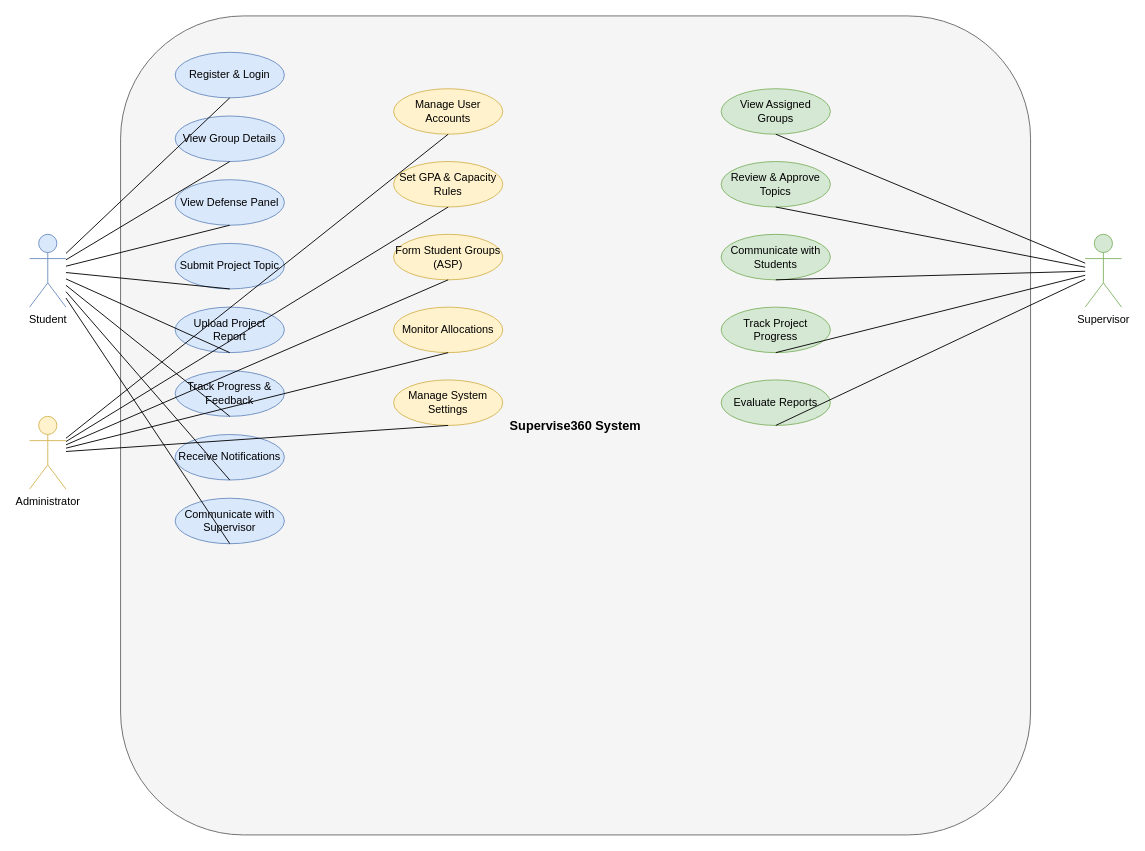
The draw.io diagram diagrams/01-use-case-diagram.drawio in Chidera584/supervise360, before the edit. Source tidied: cells renumbered, new cells numbered last; positions are measured from the earlier drawing's top-left corner, leaving out a move shared by most shapes. Both pictures are drawn from the tidied source at 91%, with x=0, y=0 at pixel (29, 15).
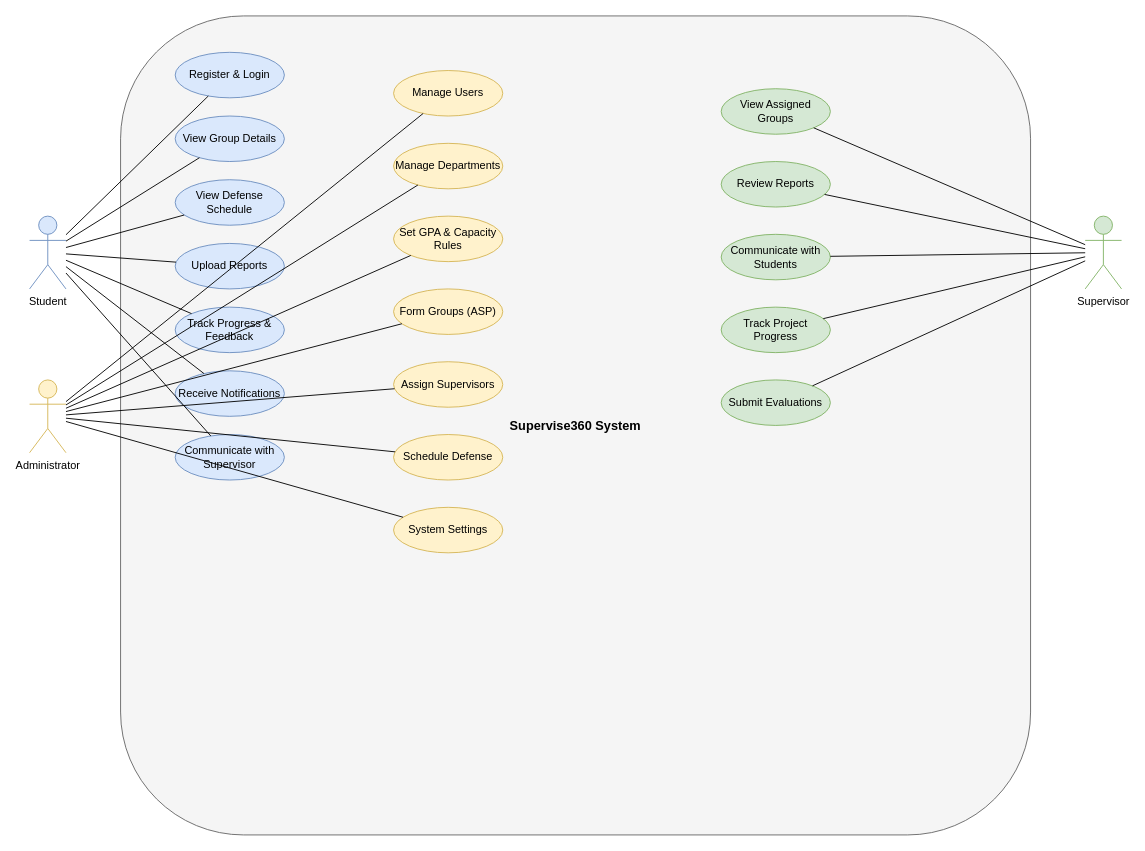
Above is the later version.

The change refers to these unchanged cells:
```xml
<mxCell id="3" value="Register &amp; Login" style="ellipse;whiteSpace=wrap;html=1;fillColor=#dae8fc;strokeColor=#6c8ebf;" parent="1" vertex="1">
  <mxGeometry x="160" y="40" width="120" height="50" as="geometry" />
</mxCell>
<mxCell id="4" value="View Group Details" style="ellipse;whiteSpace=wrap;html=1;fillColor=#dae8fc;strokeColor=#6c8ebf;" parent="1" vertex="1">
  <mxGeometry x="160" y="110" width="120" height="50" as="geometry" />
</mxCell>
<mxCell id="16" value="View Assigned Groups" style="ellipse;whiteSpace=wrap;html=1;fillColor=#d5e8d4;strokeColor=#82b366;" parent="1" vertex="1">
  <mxGeometry x="760" y="80" width="120" height="50" as="geometry" />
</mxCell>
<mxCell id="18" value="Communicate with Students" style="ellipse;whiteSpace=wrap;html=1;fillColor=#d5e8d4;strokeColor=#82b366;" parent="1" vertex="1">
  <mxGeometry x="760" y="240" width="120" height="50" as="geometry" />
</mxCell>
<mxCell id="19" value="Track Project Progress" style="ellipse;whiteSpace=wrap;html=1;fillColor=#d5e8d4;strokeColor=#82b366;" parent="1" vertex="1">
  <mxGeometry x="760" y="320" width="120" height="50" as="geometry" />
</mxCell>
```

The edit, as a diff of the source:
```diff
@@
-    <mxCell id="5" value="View Defense Panel" style="ellipse;whiteSpace=wrap;html=1;fillColor=#dae8fc;strokeColor=#6c8ebf;" parent="1" vertex="1">
+    <mxCell id="5" value="View Defense Schedule" style="ellipse;whiteSpace=wrap;html=1;fillColor=#dae8fc;strokeColor=#6c8ebf;" parent="1" vertex="1">
       <mxGeometry x="160" y="180" width="120" height="50" as="geometry" />
     </mxCell>
-    <mxCell id="6" value="Submit Project Topic" style="ellipse;whiteSpace=wrap;html=1;fillColor=#dae8fc;strokeColor=#6c8ebf;" parent="1" vertex="1">
-      <mxGeometry x="160" y="250" width="120" height="50" as="geometry" />
-    </mxCell>
-    <mxCell id="7" value="Upload Project Report" style="ellipse;whiteSpace=wrap;html=1;fillColor=#dae8fc;strokeColor=#6c8ebf;" parent="1" vertex="1">
-      <mxGeometry x="160" y="320" width="120" height="50" as="geometry" />
+    <mxCell id="7" value="Upload Reports" style="ellipse;whiteSpace=wrap;html=1;fillColor=#dae8fc;strokeColor=#6c8ebf;" parent="1" vertex="1">
+      <mxGeometry x="160" y="250" width="120" height="50" as="geometry" />
     </mxCell>
     <mxCell id="8" value="Track Progress &amp; Feedback" style="ellipse;whiteSpace=wrap;html=1;fillColor=#dae8fc;strokeColor=#6c8ebf;" parent="1" vertex="1">
-      <mxGeometry x="160" y="390" width="120" height="50" as="geometry" />
+      <mxGeometry x="160" y="320" width="120" height="50" as="geometry" />
     </mxCell>
     <mxCell id="9" value="Receive Notifications" style="ellipse;whiteSpace=wrap;html=1;fillColor=#dae8fc;strokeColor=#6c8ebf;" parent="1" vertex="1">
-      <mxGeometry x="160" y="460" width="120" height="50" as="geometry" />
+      <mxGeometry x="160" y="390" width="120" height="50" as="geometry" />
     </mxCell>
     <mxCell id="10" value="Communicate with Supervisor" style="ellipse;whiteSpace=wrap;html=1;fillColor=#dae8fc;strokeColor=#6c8ebf;" parent="1" vertex="1">
-      <mxGeometry x="160" y="530" width="120" height="50" as="geometry" />
+      <mxGeometry x="160" y="460" width="120" height="50" as="geometry" />
     </mxCell>
-    <mxCell id="11" value="Manage User Accounts" style="ellipse;whiteSpace=wrap;html=1;fillColor=#fff2cc;strokeColor=#d6b656;" parent="1" vertex="1">
-      <mxGeometry x="400" y="80" width="120" height="50" as="geometry" />
+    <mxCell id="11" value="Manage Users" style="ellipse;whiteSpace=wrap;html=1;fillColor=#fff2cc;strokeColor=#d6b656;" parent="1" vertex="1">
+      <mxGeometry x="400" y="60" width="120" height="50" as="geometry" />
     </mxCell>
+    <mxCell id="42" value="Manage Departments" style="ellipse;whiteSpace=wrap;html=1;fillColor=#fff2cc;strokeColor=#d6b656;" parent="1" vertex="1">
+      <mxGeometry x="400" y="140" width="120" height="50" as="geometry" />
+    </mxCell>
     <mxCell id="12" value="Set GPA &amp; Capacity Rules" style="ellipse;whiteSpace=wrap;html=1;fillColor=#fff2cc;strokeColor=#d6b656;" parent="1" vertex="1">
-      <mxGeometry x="400" y="160" width="120" height="50" as="geometry" />
+      <mxGeometry x="400" y="220" width="120" height="50" as="geometry" />
     </mxCell>
-    <mxCell id="13" value="Form Student Groups (ASP)" style="ellipse;whiteSpace=wrap;html=1;fillColor=#fff2cc;strokeColor=#d6b656;" parent="1" vertex="1">
-      <mxGeometry x="400" y="240" width="120" height="50" as="geometry" />
+    <mxCell id="13" value="Form Groups (ASP)" style="ellipse;whiteSpace=wrap;html=1;fillColor=#fff2cc;strokeColor=#d6b656;" parent="1" vertex="1">
+      <mxGeometry x="400" y="300" width="120" height="50" as="geometry" />
     </mxCell>
-    <mxCell id="14" value="Monitor Allocations" style="ellipse;whiteSpace=wrap;html=1;fillColor=#fff2cc;strokeColor=#d6b656;" parent="1" vertex="1">
-      <mxGeometry x="400" y="320" width="120" height="50" as="geometry" />
-    </mxCell>
+    <mxCell id="43" value="Assign Supervisors" style="ellipse;whiteSpace=wrap;html=1;fillColor=#fff2cc;strokeColor=#d6b656;" parent="1" vertex="1">
+      <mxGeometry x="400" y="380" width="120" height="50" as="geometry" />
+    </mxCell>
+    <mxCell id="44" value="Schedule Defense" style="ellipse;whiteSpace=wrap;html=1;fillColor=#fff2cc;strokeColor=#d6b656;" parent="1" vertex="1">
+      <mxGeometry x="400" y="460" width="120" height="50" as="geometry" />
+    </mxCell>
-    <mxCell id="15" value="Manage System Settings" style="ellipse;whiteSpace=wrap;html=1;fillColor=#fff2cc;strokeColor=#d6b656;" parent="1" vertex="1">
-      <mxGeometry x="400" y="400" width="120" height="50" as="geometry" />
+    <mxCell id="15" value="System Settings" style="ellipse;whiteSpace=wrap;html=1;fillColor=#fff2cc;strokeColor=#d6b656;" parent="1" vertex="1">
+      <mxGeometry x="400" y="540" width="120" height="50" as="geometry" />
     </mxCell>
@@
-    <mxCell id="17" value="Review &amp; Approve Topics" style="ellipse;whiteSpace=wrap;html=1;fillColor=#d5e8d4;strokeColor=#82b366;" parent="1" vertex="1">
+    <mxCell id="17" value="Review Reports" style="ellipse;whiteSpace=wrap;html=1;fillColor=#d5e8d4;strokeColor=#82b366;" parent="1" vertex="1">
       <mxGeometry x="760" y="160" width="120" height="50" as="geometry" />
     </mxCell>
@@
-    <mxCell id="20" value="Evaluate Reports" style="ellipse;whiteSpace=wrap;html=1;fillColor=#d5e8d4;strokeColor=#82b366;" parent="1" vertex="1">
+    <mxCell id="20" value="Submit Evaluations" style="ellipse;whiteSpace=wrap;html=1;fillColor=#d5e8d4;strokeColor=#82b366;" parent="1" vertex="1">
       <mxGeometry x="760" y="400" width="120" height="50" as="geometry" />
     </mxCell>
     <mxCell id="21" value="Student" style="shape=umlActor;verticalLabelPosition=bottom;verticalAlign=top;html=1;outlineConnect=0;fillColor=#dae8fc;strokeColor=#6c8ebf;" parent="1" vertex="1">
-      <mxGeometry y="240" width="40" height="80" as="geometry" />
+      <mxGeometry y="220" width="40" height="80" as="geometry" />
     </mxCell>
     <mxCell id="22" value="Administrator" style="shape=umlActor;verticalLabelPosition=bottom;verticalAlign=top;html=1;outlineConnect=0;fillColor=#fff2cc;strokeColor=#d6b656;" parent="1" vertex="1">
-      <mxGeometry y="440" width="40" height="80" as="geometry" />
+      <mxGeometry y="400" width="40" height="80" as="geometry" />
     </mxCell>
     <mxCell id="23" value="Supervisor" style="shape=umlActor;verticalLabelPosition=bottom;verticalAlign=top;html=1;outlineConnect=0;fillColor=#d5e8d4;strokeColor=#82b366;" parent="1" vertex="1">
-      <mxGeometry x="1160" y="240" width="40" height="80" as="geometry" />
+      <mxGeometry x="1160" y="220" width="40" height="80" as="geometry" />
     </mxCell>
-    <mxCell id="24" style="endArrow=none;html=1;rounded=0;entryX=0.5;entryY=1;entryDx=0;entryDy=0;" parent="1" edge="1" source="21" target="3">
+    <mxCell id="24" style="endArrow=none;html=1;rounded=0;" parent="1" edge="1" source="21" target="3">
       <mxGeometry relative="1" as="geometry" />
     </mxCell>
-    <mxCell id="25" style="endArrow=none;html=1;rounded=0;entryX=0.5;entryY=1;entryDx=0;entryDy=0;" parent="1" edge="1" source="21" target="4">
+    <mxCell id="25" style="endArrow=none;html=1;rounded=0;" parent="1" edge="1" source="21" target="4">
       <mxGeometry relative="1" as="geometry" />
     </mxCell>
-    <mxCell id="26" style="endArrow=none;html=1;rounded=0;entryX=0.5;entryY=1;entryDx=0;entryDy=0;" parent="1" edge="1" source="21" target="5">
+    <mxCell id="26" style="endArrow=none;html=1;rounded=0;" parent="1" edge="1" source="21" target="5">
       <mxGeometry relative="1" as="geometry" />
     </mxCell>
-    <mxCell id="27" style="endArrow=none;html=1;rounded=0;entryX=0.5;entryY=1;entryDx=0;entryDy=0;" parent="1" edge="1" source="21" target="6">
+    <mxCell id="27" style="endArrow=none;html=1;rounded=0;" parent="1" edge="1" source="21" target="7">
       <mxGeometry relative="1" as="geometry" />
     </mxCell>
-    <mxCell id="28" style="endArrow=none;html=1;rounded=0;entryX=0.5;entryY=1;entryDx=0;entryDy=0;" parent="1" edge="1" source="21" target="7">
+    <mxCell id="28" style="endArrow=none;html=1;rounded=0;" parent="1" edge="1" source="21" target="8">
       <mxGeometry relative="1" as="geometry" />
     </mxCell>
-    <mxCell id="29" style="endArrow=none;html=1;rounded=0;entryX=0.5;entryY=1;entryDx=0;entryDy=0;" parent="1" edge="1" source="21" target="8">
+    <mxCell id="29" style="endArrow=none;html=1;rounded=0;" parent="1" edge="1" source="21" target="9">
       <mxGeometry relative="1" as="geometry" />
     </mxCell>
-    <mxCell id="30" style="endArrow=none;html=1;rounded=0;entryX=0.5;entryY=1;entryDx=0;entryDy=0;" parent="1" edge="1" source="21" target="9">
+    <mxCell id="30" style="endArrow=none;html=1;rounded=0;" parent="1" edge="1" source="21" target="10">
       <mxGeometry relative="1" as="geometry" />
     </mxCell>
-    <mxCell id="31" style="endArrow=none;html=1;rounded=0;entryX=0.5;entryY=1;entryDx=0;entryDy=0;" parent="1" edge="1" source="21" target="10">
-      <mxGeometry relative="1" as="geometry" />
-    </mxCell>
-    <mxCell id="32" style="endArrow=none;html=1;rounded=0;entryX=0.5;entryY=1;entryDx=0;entryDy=0;" parent="1" edge="1" source="22" target="11">
+    <mxCell id="32" style="endArrow=none;html=1;rounded=0;" parent="1" edge="1" source="22" target="11">
       <mxGeometry relative="1" as="geometry" />
     </mxCell>
-    <mxCell id="33" style="endArrow=none;html=1;rounded=0;entryX=0.5;entryY=1;entryDx=0;entryDy=0;" parent="1" edge="1" source="22" target="12">
+    <mxCell id="33" style="endArrow=none;html=1;rounded=0;" parent="1" edge="1" source="22" target="42">
       <mxGeometry relative="1" as="geometry" />
     </mxCell>
-    <mxCell id="34" style="endArrow=none;html=1;rounded=0;entryX=0.5;entryY=1;entryDx=0;entryDy=0;" parent="1" edge="1" source="22" target="13">
+    <mxCell id="34" style="endArrow=none;html=1;rounded=0;" parent="1" edge="1" source="22" target="12">
       <mxGeometry relative="1" as="geometry" />
     </mxCell>
-    <mxCell id="35" style="endArrow=none;html=1;rounded=0;entryX=0.5;entryY=1;entryDx=0;entryDy=0;" parent="1" edge="1" source="22" target="14">
+    <mxCell id="35" style="endArrow=none;html=1;rounded=0;" parent="1" edge="1" source="22" target="13">
       <mxGeometry relative="1" as="geometry" />
     </mxCell>
-    <mxCell id="36" style="endArrow=none;html=1;rounded=0;entryX=0.5;entryY=1;entryDx=0;entryDy=0;" parent="1" edge="1" source="22" target="15">
+    <mxCell id="36" style="endArrow=none;html=1;rounded=0;" parent="1" edge="1" source="22" target="43">
       <mxGeometry relative="1" as="geometry" />
     </mxCell>
+    <mxCell id="45" style="endArrow=none;html=1;rounded=0;" parent="1" edge="1" source="22" target="44">
+      <mxGeometry relative="1" as="geometry" />
+    </mxCell>
+    <mxCell id="46" style="endArrow=none;html=1;rounded=0;" parent="1" edge="1" source="22" target="15">
+      <mxGeometry relative="1" as="geometry" />
+    </mxCell>
-    <mxCell id="37" style="endArrow=none;html=1;rounded=0;entryX=0.5;entryY=1;entryDx=0;entryDy=0;" parent="1" edge="1" source="23" target="16">
+    <mxCell id="37" style="endArrow=none;html=1;rounded=0;" parent="1" edge="1" source="23" target="16">
       <mxGeometry relative="1" as="geometry" />
     </mxCell>
-    <mxCell id="38" style="endArrow=none;html=1;rounded=0;entryX=0.5;entryY=1;entryDx=0;entryDy=0;" parent="1" edge="1" source="23" target="17">
+    <mxCell id="38" style="endArrow=none;html=1;rounded=0;" parent="1" edge="1" source="23" target="17">
       <mxGeometry relative="1" as="geometry" />
     </mxCell>
-    <mxCell id="39" style="endArrow=none;html=1;rounded=0;entryX=0.5;entryY=1;entryDx=0;entryDy=0;" parent="1" edge="1" source="23" target="18">
+    <mxCell id="39" style="endArrow=none;html=1;rounded=0;" parent="1" edge="1" source="23" target="18">
       <mxGeometry relative="1" as="geometry" />
     </mxCell>
-    <mxCell id="40" style="endArrow=none;html=1;rounded=0;entryX=0.5;entryY=1;entryDx=0;entryDy=0;" parent="1" edge="1" source="23" target="19">
+    <mxCell id="40" style="endArrow=none;html=1;rounded=0;" parent="1" edge="1" source="23" target="19">
       <mxGeometry relative="1" as="geometry" />
     </mxCell>
-    <mxCell id="41" style="endArrow=none;html=1;rounded=0;entryX=0.5;entryY=1;entryDx=0;entryDy=0;" parent="1" edge="1" source="23" target="20">
+    <mxCell id="41" style="endArrow=none;html=1;rounded=0;" parent="1" edge="1" source="23" target="20">
       <mxGeometry relative="1" as="geometry" />
     </mxCell>
```
